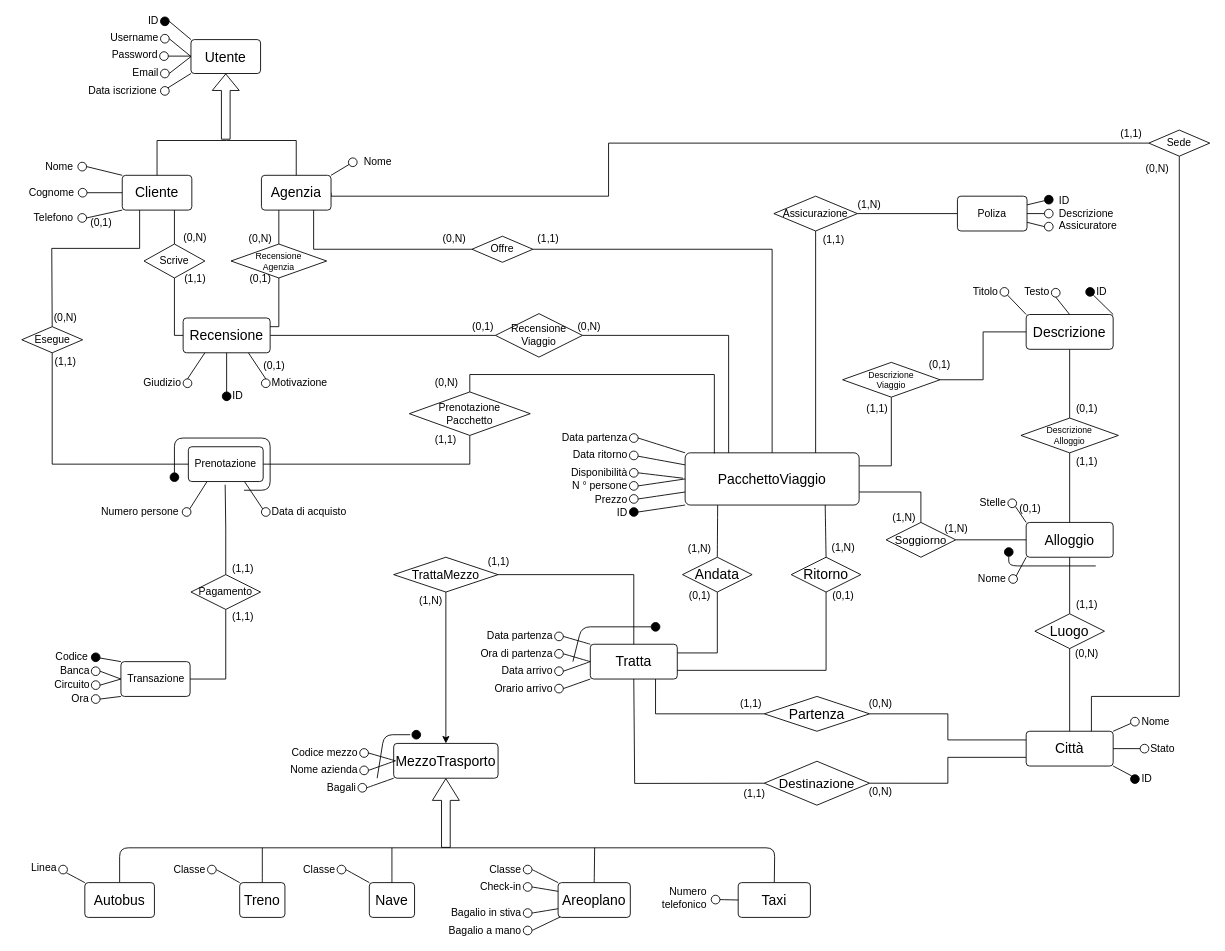
Earlier version of the draw.io diagram page "ER - Concettuale" (1 of 3) of ER/ER.drawio (bustre/Easy-travel). Source tidied: cells renumbered, new cells numbered last; positions are measured from the earlier drawing's top-left corner, leaving out a move shared by most shapes. Both pictures are drawn from the tidied source at 87%, with x=0, y=0 at pixel (15, 17).
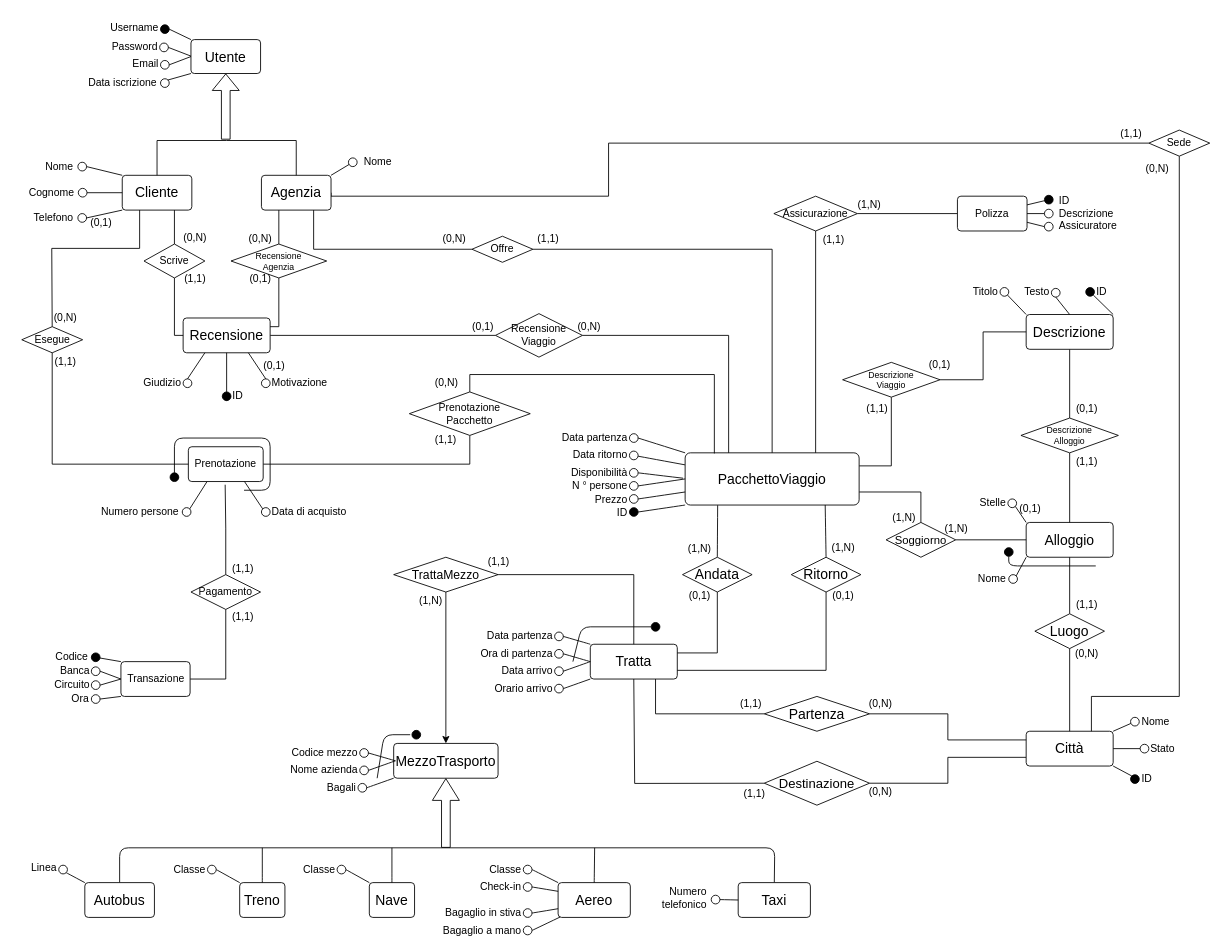
Above is the later version.

Commit message (it also covers changes not shown here):
Prima riscrittura relazione + correzione errori ER concettuale da riportare su logico

The change refers to these unchanged cells:
```xml
<mxCell id="130" value="Utente" style="rounded=1;arcSize=10;whiteSpace=wrap;html=1;align=center;fontSize=16;" parent="1" vertex="1">
  <mxGeometry x="202" y="26" width="80" height="39" as="geometry" />
</mxCell>
```

What changed in the source:
```diff
@@
-    <mxCell id="64" value="Areoplano" style="rounded=1;arcSize=10;whiteSpace=wrap;html=1;align=center;fontSize=16;" parent="1" vertex="1">
+    <mxCell id="64" value="Aereo" style="rounded=1;arcSize=10;whiteSpace=wrap;html=1;align=center;fontSize=16;" parent="1" vertex="1">
       <mxGeometry x="624" y="995" width="83" height="40" as="geometry" />
     </mxCell>
@@
-    <mxCell id="94" value="Bagalio in stiva" style="text;html=1;strokeColor=none;fillColor=none;align=right;verticalAlign=middle;whiteSpace=wrap;rounded=0;fontSize=12;" parent="1" vertex="1">
+    <mxCell id="94" value="Bagaglio in stiva" style="text;html=1;strokeColor=none;fillColor=none;align=right;verticalAlign=middle;whiteSpace=wrap;rounded=0;fontSize=12;" parent="1" vertex="1">
       <mxGeometry x="463" y="1025" width="121" height="10" as="geometry" />
     </mxCell>
@@
-    <mxCell id="98" value="Bagalio a mano" style="text;html=1;strokeColor=none;fillColor=none;align=right;verticalAlign=middle;whiteSpace=wrap;rounded=0;fontSize=12;" parent="1" vertex="1">
+    <mxCell id="98" value="Bagaglio a mano" style="text;html=1;strokeColor=none;fillColor=none;align=right;verticalAlign=middle;whiteSpace=wrap;rounded=0;fontSize=12;" parent="1" vertex="1">
       <mxGeometry x="463" y="1045" width="121" height="10" as="geometry" />
     </mxCell>
@@
-    <mxCell id="137" style="ellipse;whiteSpace=wrap;html=1;fontSize=16;" parent="1" vertex="1">
-      <mxGeometry x="167" y="20" width="10" height="10" as="geometry" />
+    <mxCell id="137" style="ellipse;whiteSpace=wrap;html=1;fontSize=16;fillColor=#000000;" parent="1" vertex="1">
+      <mxGeometry x="167" y="9" width="10" height="10" as="geometry" />
     </mxCell>
     <mxCell id="138" value="Username" style="text;html=1;strokeColor=none;fillColor=none;align=right;verticalAlign=middle;whiteSpace=wrap;rounded=0;fontSize=12;" parent="1" vertex="1">
-      <mxGeometry x="47" y="19" width="120" height="10" as="geometry" />
+      <mxGeometry x="47" y="8" width="120" height="10" as="geometry" />
     </mxCell>
     <mxCell id="139" style="ellipse;whiteSpace=wrap;html=1;fontSize=16;" parent="1" vertex="1">
-      <mxGeometry x="166" y="40" width="10" height="10" as="geometry" />
+      <mxGeometry x="166" y="30" width="10" height="10" as="geometry" />
     </mxCell>
     <mxCell id="140" value="Password" style="text;html=1;strokeColor=none;fillColor=none;align=right;verticalAlign=middle;whiteSpace=wrap;rounded=0;fontSize=12;" parent="1" vertex="1">
-      <mxGeometry x="46" y="39" width="120" height="10" as="geometry" />
+      <mxGeometry x="46" y="29" width="120" height="10" as="geometry" />
     </mxCell>
     <mxCell id="141" style="ellipse;whiteSpace=wrap;html=1;fontSize=16;" parent="1" vertex="1">
-      <mxGeometry x="167" y="60" width="10" height="10" as="geometry" />
+      <mxGeometry x="167" y="50" width="10" height="10" as="geometry" />
     </mxCell>
     <mxCell id="142" value="Email" style="text;html=1;strokeColor=none;fillColor=none;align=right;verticalAlign=middle;whiteSpace=wrap;rounded=0;fontSize=12;" parent="1" vertex="1">
-      <mxGeometry x="47" y="59" width="120" height="10" as="geometry" />
+      <mxGeometry x="47" y="49" width="120" height="10" as="geometry" />
     </mxCell>
-    <mxCell id="143" style="endArrow=none;html=1;rounded=0;entryX=1;entryY=0.5;entryDx=0;entryDy=0;exitX=0;exitY=0.5;exitDx=0;exitDy=0;" parent="1" edge="1" source="130" target="137">
+    <mxCell id="143" style="endArrow=none;html=1;rounded=0;entryX=1;entryY=0.5;entryDx=0;entryDy=0;exitX=0;exitY=0;exitDx=0;exitDy=0;" parent="1" edge="1" source="130" target="137">
       <mxGeometry relative="1" as="geometry" />
     </mxCell>
@@
-    <mxCell id="146" style="ellipse;whiteSpace=wrap;html=1;fontSize=16;fillColor=#000000;" parent="1" vertex="1">
-      <mxGeometry x="167" width="10" height="10" as="geometry" />
-    </mxCell>
-    <mxCell id="147" value="ID" style="text;html=1;strokeColor=none;fillColor=none;align=right;verticalAlign=middle;whiteSpace=wrap;rounded=0;fontSize=12;" parent="1" vertex="1">
-      <mxGeometry x="47" width="120" height="10" as="geometry" />
-    </mxCell>
-    <mxCell id="148" style="endArrow=none;html=1;rounded=0;exitX=1;exitY=0.5;exitDx=0;exitDy=0;entryX=0;entryY=0;entryDx=0;entryDy=0;" parent="1" edge="1" source="146" target="130">
-      <mxGeometry relative="1" as="geometry" />
-    </mxCell>
@@
     <mxCell id="156" style="ellipse;whiteSpace=wrap;html=1;fillColor=none;" parent="1" vertex="1">
-      <mxGeometry x="167" y="80" width="10" height="10" as="geometry" />
+      <mxGeometry x="167" y="71" width="10" height="10" as="geometry" />
     </mxCell>
     <mxCell id="157" value="Data iscrizione" style="text;html=1;strokeColor=none;fillColor=none;align=right;verticalAlign=middle;whiteSpace=wrap;rounded=0;" parent="1" vertex="1">
-      <mxGeometry x="77.5" y="80" width="86.5" height="10" as="geometry" />
+      <mxGeometry x="77.5" y="71" width="86.5" height="10" as="geometry" />
     </mxCell>
@@
-    <mxCell id="246" value="Poliza" style="rounded=1;arcSize=10;whiteSpace=wrap;html=1;align=center;" parent="1" vertex="1">
+    <mxCell id="246" value="Polizza" style="rounded=1;arcSize=10;whiteSpace=wrap;html=1;align=center;" parent="1" vertex="1">
       <mxGeometry x="1083" y="206" width="80" height="40" as="geometry" />
     </mxCell>
```
